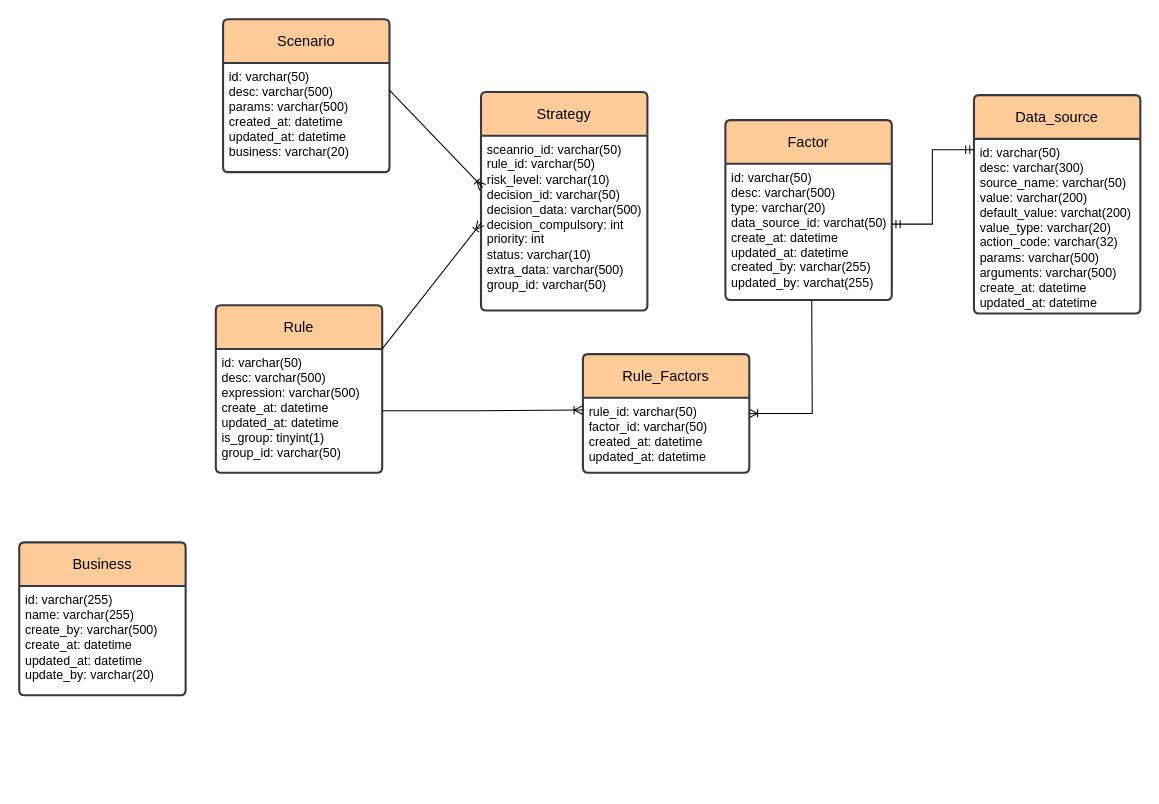
Before: pictures/hammurabi-er1.drawio in Pumpkin9841/pictures, a draw.io diagram. Source tidied: cells renumbered, new cells numbered last; positions are measured from the earlier drawing's top-left corner, leaving out a move shared by most shapes. Both pictures are drawn from the tidied source at 104%, with x=0, y=0 at pixel (19, 19).
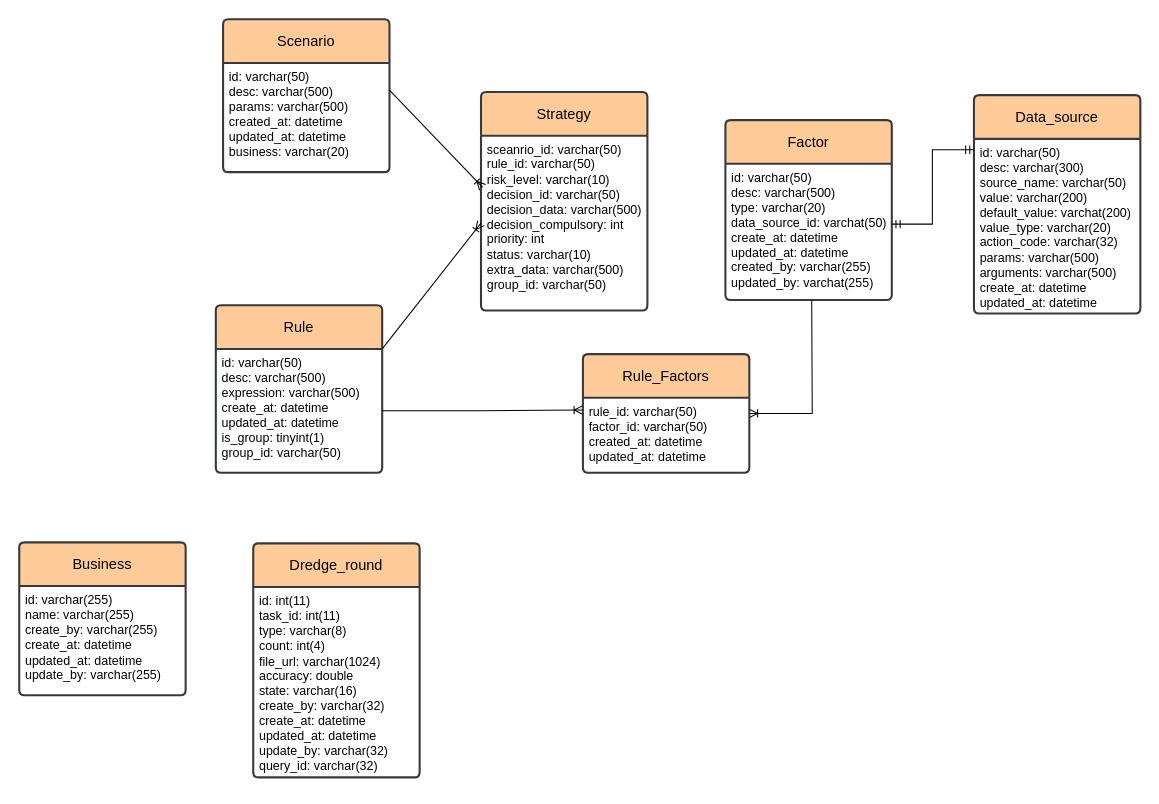
The same page after the edit.

The change refers to these unchanged cells:
```xml
<mxCell id="25" value="Business" style="swimlane;horizontal=1;startSize=42;rounded=1;fontSize=14;fontStyle=0;strokeWidth=2;shadow=0;dashed=0;align=center;arcSize=4;whiteSpace=wrap;html=1;fillColor=#ffcc99;strokeColor=#36393d;" parent="1" vertex="1">
  <mxGeometry y="503" width="160" height="147" as="geometry" />
</mxCell>
```

What changed in the source:
```diff
@@
-    <mxCell id="26" value="id: varchar(255)&lt;br&gt;name: varchar(255)&lt;br&gt;create_by: varchar(500)&lt;br&gt;create_at: datetime&lt;br&gt;updated_at: datetime&lt;br&gt;update_by: varchar(20)" style="align=left;strokeColor=none;fillColor=none;spacingLeft=4;fontSize=12;verticalAlign=top;html=1;" parent="25" vertex="1">
+    <mxCell id="26" value="id: varchar(255)&lt;br&gt;name: varchar(255)&lt;br&gt;create_by: varchar(255)&lt;br&gt;create_at: datetime&lt;br&gt;updated_at: datetime&lt;br&gt;update_by: varchar(255)" style="align=left;strokeColor=none;fillColor=none;spacingLeft=4;fontSize=12;verticalAlign=top;html=1;" parent="25" vertex="1">
       <mxGeometry y="42" width="160" height="105" as="geometry" />
     </mxCell>
@@
+    <mxCell id="28" value="Dredge_round" style="swimlane;horizontal=1;startSize=42;rounded=1;fontSize=14;fontStyle=0;strokeWidth=2;shadow=0;dashed=0;align=center;arcSize=4;whiteSpace=wrap;html=1;fillColor=#ffcc99;strokeColor=#36393d;" parent="1" vertex="1">
+      <mxGeometry x="225" y="504" width="160" height="225" as="geometry" />
+    </mxCell>
+    <mxCell id="29" value="id: int(11)&lt;br&gt;task_id: int(11)&lt;br&gt;type: varchar(8)&lt;br&gt;count: int(4)&lt;br&gt;file_url: varchar(1024)&lt;br&gt;accuracy: double&lt;br&gt;state: varchar(16)&lt;br&gt;create_by: varchar(32)&lt;br style=&quot;border-color: var(--border-color);&quot;&gt;create_at: datetime&lt;br style=&quot;border-color: var(--border-color);&quot;&gt;updated_at: datetime&lt;br style=&quot;border-color: var(--border-color);&quot;&gt;update_by: varchar(32)&lt;br&gt;query_id: varchar(32)" style="align=left;strokeColor=none;fillColor=none;spacingLeft=4;fontSize=12;verticalAlign=top;html=1;" parent="28" vertex="1">
+      <mxGeometry y="42" width="160" height="183" as="geometry" />
+    </mxCell>
+    <mxCell id="30" style="edgeStyle=orthogonalEdgeStyle;rounded=0;orthogonalLoop=1;jettySize=auto;html=1;exitX=0.5;exitY=1;exitDx=0;exitDy=0;" parent="28" edge="1" source="29" target="29">
+      <mxGeometry relative="1" as="geometry" />
+    </mxCell>
```
